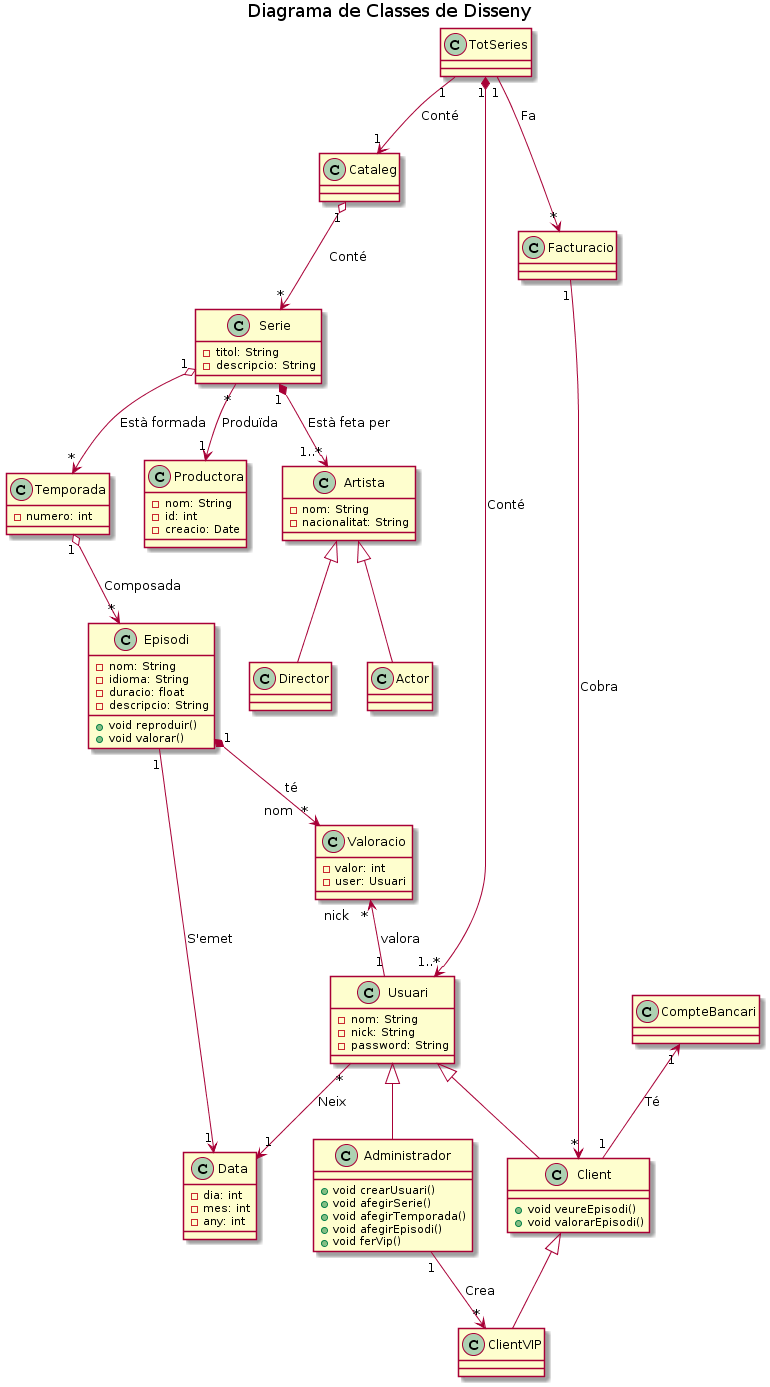
This is uml/img/DCD.png from IvanSevilla/totserapp, a PlantUML export, as it was before one commit. Source of this version:
```plantuml
@startuml
title Diagrama de Classes de Disseny

class TotSeries

class Administrador {
+ void crearUsuari()
+ void afegirSerie()
+ void afegirTemporada()
+ void afegirEpisodi()
+ void ferVip()
}

class ClientVIP
class Serie {
- titol: String
- descripcio: String
}
class Actor
class Director
class Cataleg
class CompteBancari



class Facturacio {
}

class Productora{
- nom: String
- id: int
- creacio: Date
}

class Artista{
- nom: String
- nacionalitat: String
}

class Usuari{
- nom: String
- nick: String
- password: String
}

class Client {
+ void veureEpisodi()
+ void valorarEpisodi()
}

class Temporada{
- numero: int
}

class Episodi{
- nom: String
- idioma: String
- duracio: float
- descripcio: String
+ void reproduir()
+ void valorar()
}

class Data{
- dia: int
- mes: int
- any: int
}

class Valoracio{
- valor: int
- user: Usuari
}


TotSeries "1" *--> "1..*" Usuari: Conté
TotSeries "1" --> "*" Facturacio: Fa
Cataleg "1" o--> "*" Serie: Conté
TotSeries "1" --> "1" Cataleg: Conté
Usuari <|-- Administrador
Usuari <|-- Client
Client <|-- ClientVIP
CompteBancari "1" <-- "1" Client: Té
Administrador "1" --> "*" ClientVIP: Crea
Serie "1" o--> "*" Temporada: Està formada
Serie "1" *--> "1..*" Artista: Està feta per
Artista <|-- Director
Artista <|-- Actor
Serie "*" --> "1" Productora: Produïda
Temporada "1" o--> "*" Episodi: Composada
Episodi "1" *--> "nom  *" Valoracio: té
Valoracio  "nick   *" <-- "1" Usuari: valora
Episodi "1" --> "1" Data: S'emet
Usuari "*" --> "1" Data: Neix
Facturacio "1" --> "*" Client: Cobra
@enduml
```
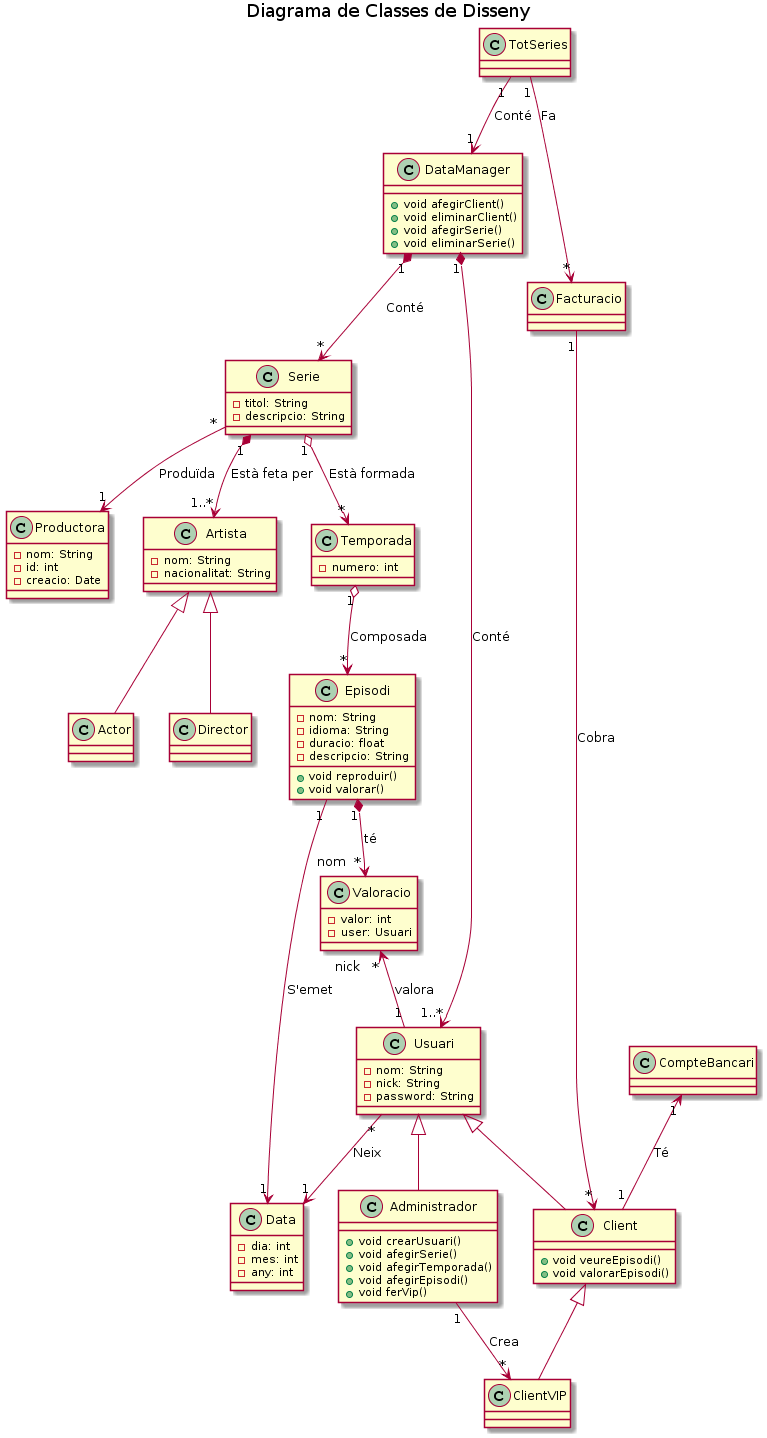
The same diagram one commit later.

Change to the diagram source:
```diff
@@ -18,7 +18,14 @@
 }
 class Actor
 class Director
-class Cataleg
+
+class DataManager {
++void afegirClient()
++void eliminarClient()
++void afegirSerie()
++void eliminarSerie()
+}
+
 class CompteBancari
 
 
@@ -73,10 +80,10 @@
 }
 
 
-TotSeries "1" *--> "1..*" Usuari: Conté
+DataManager "1" *--> "1..*" Usuari: Conté
 TotSeries "1" --> "*" Facturacio: Fa
-Cataleg "1" o--> "*" Serie: Conté
-TotSeries "1" --> "1" Cataleg: Conté
+DataManager "1" *--> "*" Serie: Conté
+TotSeries "1" --> "1" DataManager: Conté
 Usuari <|-- Administrador
 Usuari <|-- Client
 Client <|-- ClientVIP
```
